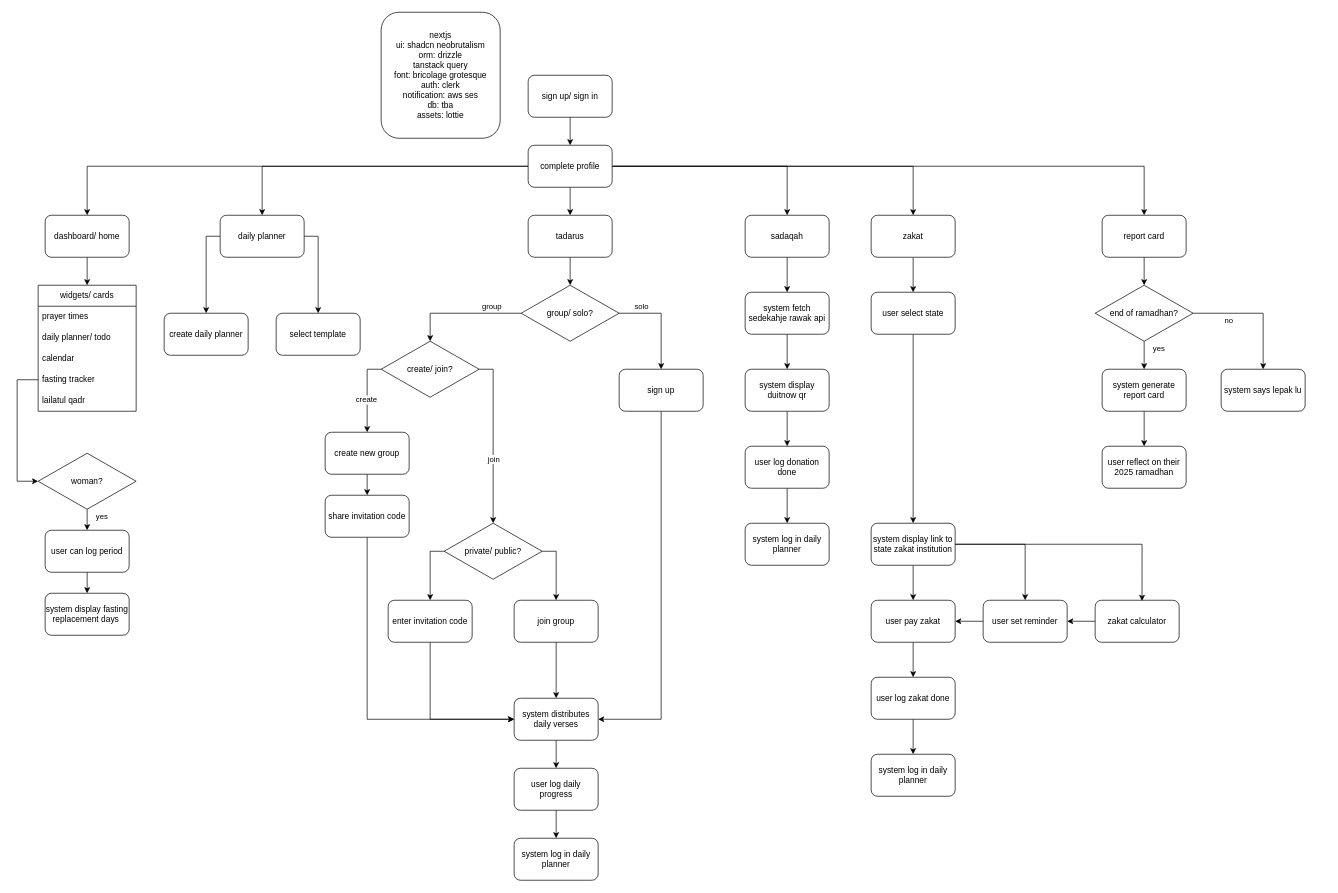
The draw.io diagram tadarus-flowchart.drawio in khrnchn/tadarus, before the edit. Source tidied: cells renumbered, new cells numbered last; positions are measured from the earlier drawing's top-left corner, leaving out a move shared by most shapes. Both pictures are drawn from the tidied source at 70%, with x=0, y=0 at pixel (17, 12).
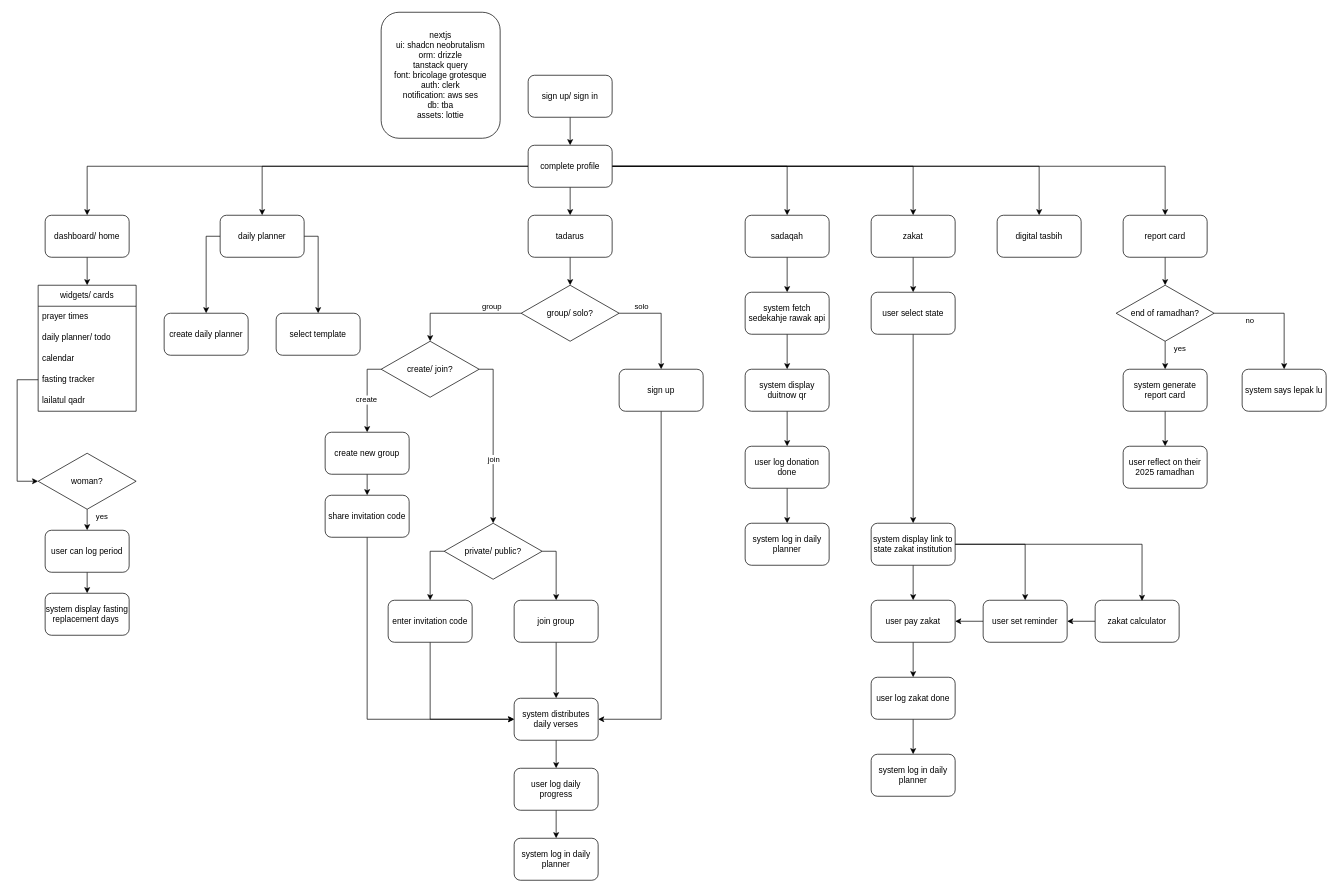
The same page after the edit.

Commit message:
:memo: add digital tasbih

The change refers to these unchanged cells:
```xml
<mxCell id="27" value="complete profile" style="rounded=1;whiteSpace=wrap;html=1;" parent="1" vertex="1">
  <mxGeometry x="730" y="190" width="120" height="60" as="geometry" />
</mxCell>
```

Diff of the diagram source:
```diff
@@
+    <mxCell id="99" style="edgeStyle=orthogonalEdgeStyle;rounded=0;jettySize=auto;html=1;exitX=1;exitY=0.5;exitDx=0;exitDy=0;entryX=0.5;entryY=0;entryDx=0;entryDy=0;" parent="1" edge="1" source="27" target="100">
+      <mxGeometry relative="1" as="geometry" />
+    </mxCell>
@@
     <mxCell id="70" value="report card" style="rounded=1;whiteSpace=wrap;html=1;" parent="1" vertex="1">
-      <mxGeometry x="1550" y="290" width="120" height="60" as="geometry" />
+      <mxGeometry x="1580" y="290" width="120" height="60" as="geometry" />
     </mxCell>
@@
     <mxCell id="75" value="end of ramadhan?" style="rhombus;whiteSpace=wrap;html=1;" parent="1" vertex="1">
-      <mxGeometry x="1540" y="390" width="140" height="80" as="geometry" />
+      <mxGeometry x="1570" y="390" width="140" height="80" as="geometry" />
     </mxCell>
@@
     <mxCell id="77" value="system generate report card" style="rounded=1;whiteSpace=wrap;html=1;" parent="1" vertex="1">
-      <mxGeometry x="1550" y="510" width="120" height="60" as="geometry" />
+      <mxGeometry x="1580" y="510" width="120" height="60" as="geometry" />
     </mxCell>
     <mxCell id="78" value="system says lepak lu" style="rounded=1;whiteSpace=wrap;html=1;" parent="1" vertex="1">
-      <mxGeometry x="1720" y="510" width="120" height="60" as="geometry" />
+      <mxGeometry x="1750" y="510" width="120" height="60" as="geometry" />
     </mxCell>
     <mxCell id="79" value="user reflect on their 2025 ramadhan" style="rounded=1;whiteSpace=wrap;html=1;" parent="1" vertex="1">
-      <mxGeometry x="1550" y="620" width="120" height="60" as="geometry" />
+      <mxGeometry x="1580" y="620" width="120" height="60" as="geometry" />
     </mxCell>
@@
+    <mxCell id="100" value="digital tasbih" style="rounded=1;whiteSpace=wrap;html=1;" parent="1" vertex="1">
+      <mxGeometry x="1400" y="290" width="120" height="60" as="geometry" />
+    </mxCell>
```
